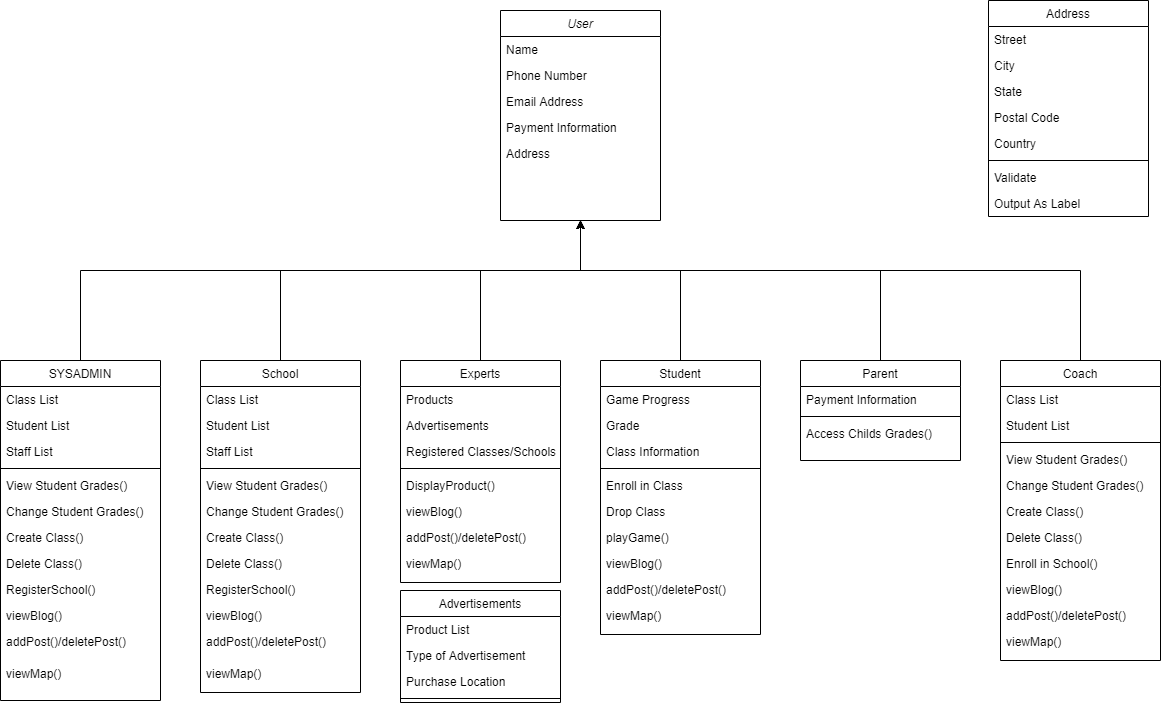
Earlier version of the draw.io export Deliverables/Week_4/Class Diagram.png (Hanandrof/Group-3-Repository). Source tidied: cells renumbered, new cells last; positions are measured from the earlier drawing's top-left corner, leaving out a move shared by most shapes.
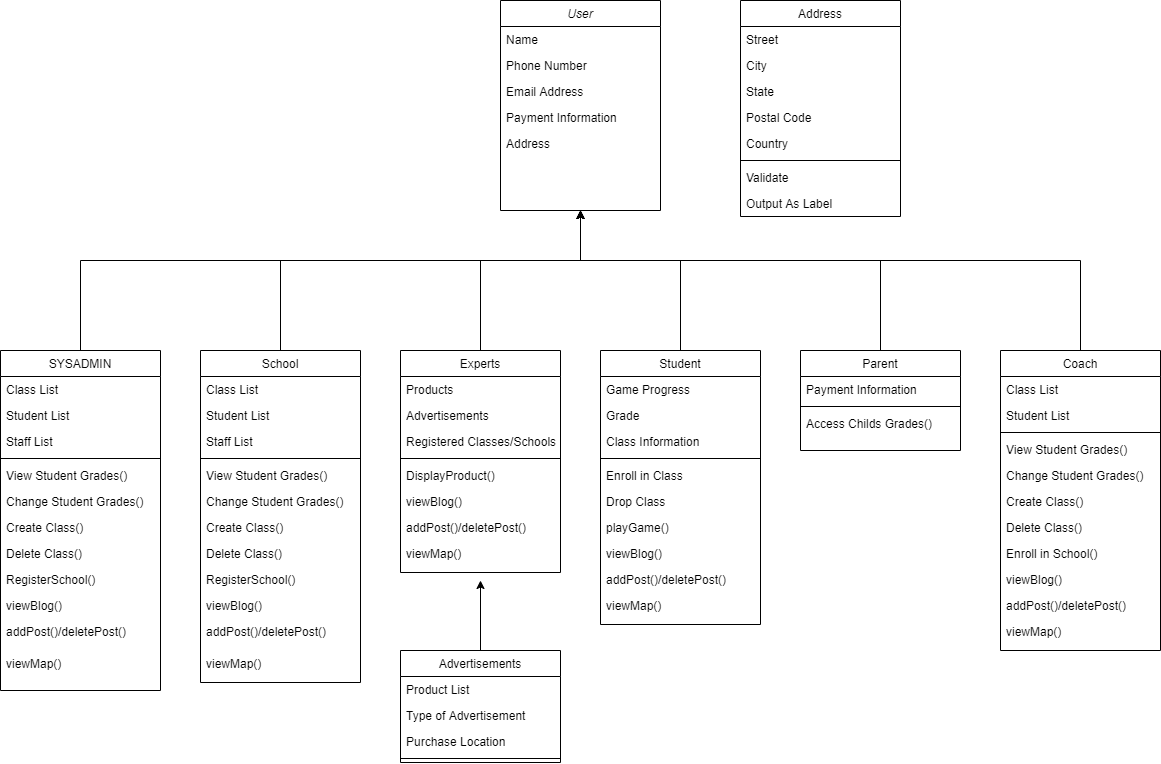
Later version of the same file.

Change to the diagram source:
```diff
@@ -20,8 +20,13 @@
     <mxCell id="7" value="Address" style="text;align=left;verticalAlign=top;spacingLeft=4;spacingRight=4;overflow=hidden;rounded=0;shadow=0;html=0;" parent="2" vertex="1">
       <mxGeometry y="130" width="160" height="26" as="geometry" />
     </mxCell>
+    <mxCell id="90" style="edgeStyle=orthogonalEdgeStyle;rounded=0;jettySize=auto;html=1;" parent="1" edge="1" source="8">
+      <mxGeometry relative="1" as="geometry">
+        <mxPoint x="480" y="590" as="targetPoint" />
+      </mxGeometry>
+    </mxCell>
     <mxCell id="8" value="Advertisements" style="swimlane;fontStyle=0;align=center;verticalAlign=top;horizontal=1;startSize=26;rounded=0;shadow=0;strokeWidth=1;" parent="1" vertex="1">
-      <mxGeometry x="400" y="590" width="160" height="112" as="geometry" />
+      <mxGeometry x="400" y="660" width="160" height="112" as="geometry" />
     </mxCell>
     <mxCell id="9" value="Product List" style="text;align=left;verticalAlign=top;spacingLeft=4;spacingRight=4;overflow=hidden;rounded=0;shadow=0;html=0;" parent="8" vertex="1">
       <mxGeometry y="26" width="160" height="26" as="geometry" />
@@ -56,7 +61,7 @@
       <mxGeometry y="60" width="160" height="26" as="geometry" />
     </mxCell>
     <mxCell id="18" value="Address" style="swimlane;fontStyle=0;align=center;verticalAlign=top;horizontal=1;startSize=26;rounded=0;shadow=0;strokeWidth=1;" parent="1" vertex="1">
-      <mxGeometry x="988" width="160" height="216" as="geometry" />
+      <mxGeometry x="740" y="10" width="160" height="216" as="geometry" />
     </mxCell>
     <mxCell id="19" value="Street" style="text;align=left;verticalAlign=top;spacingLeft=4;spacingRight=4;overflow=hidden;" parent="18" vertex="1">
       <mxGeometry y="26" width="160" height="26" as="geometry" />
```
